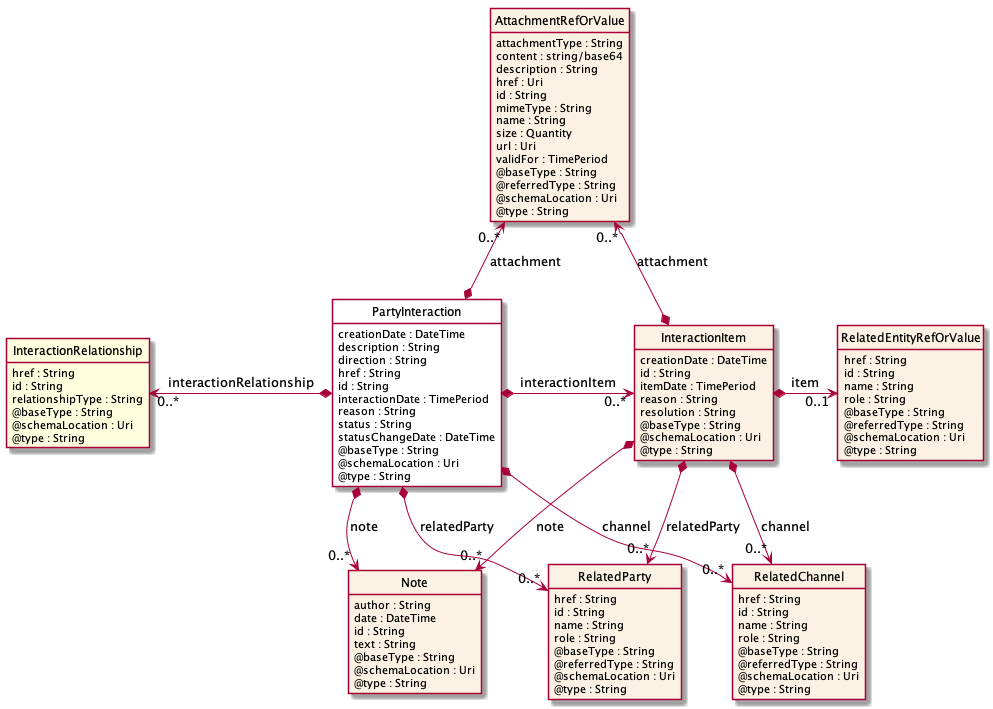
Above: apis/TMF683_Party_Interaction/documentation/diagrams/Resource_PartyInteraction.png in tmforum-apis/Open_Api_And_Data_Model (PlantUML), before the change. Its diagram source:
```plantuml
@startuml
hide circle
hide methods
hide stereotype
show <<Enumeration>> stereotype
skinparam class {
   BackgroundColor<<Enumeration>> #E6F5F7
   BackgroundColor<<Ref>> #FFFFE0
   BackgroundColor<<Pivot>> #FFFFFFF
   BackgroundColor #FCF2E3
}

class PartyInteraction  <<Pivot>> {
    creationDate : DateTime
    description : String
    direction : String
    href : String
    id : String
    interactionDate : TimePeriod
    reason : String
    status : String
    statusChangeDate : DateTime
    @baseType : String
    @schemaLocation : Uri
    @type : String
}

class Note  {
    author : String
    date : DateTime
    id : String
    text : String
    @baseType : String
    @schemaLocation : Uri
    @type : String
}

class InteractionRelationship  <<Ref>> {
    href : String
    id : String
    relationshipType : String
    @baseType : String
    @schemaLocation : Uri
    @type : String
}

class RelatedChannel  {
    href : String
    id : String
    name : String
    role : String
    @baseType : String
    @referredType : String
    @schemaLocation : Uri
    @type : String
}

class RelatedParty  {
    href : String
    id : String
    name : String
    role : String
    @baseType : String
    @referredType : String
    @schemaLocation : Uri
    @type : String
}

class InteractionItem  {
    creationDate : DateTime
    id : String
    itemDate : TimePeriod
    reason : String
    resolution : String
    @baseType : String
    @schemaLocation : Uri
    @type : String
}

class RelatedEntityRefOrValue  {
    href : String
    id : String
    name : String
    role : String
    @baseType : String
    @referredType : String
    @schemaLocation : Uri
    @type : String
}

class AttachmentRefOrValue  {
    attachmentType : String
    content : string/base64
    description : String
    href : Uri
    id : String
    mimeType : String
    name : String
    size : Quantity
    url : Uri
    validFor : TimePeriod
    @baseType : String
    @referredType : String
    @schemaLocation : Uri
    @type : String
}

PartyInteraction *-right-> "0..*" InteractionItem : interactionItem

AttachmentRefOrValue "0..*" <--* PartyInteraction : attachment

AttachmentRefOrValue "0..*" <--* InteractionItem : attachment

InteractionItem *-->  "0..*" Note : note

PartyInteraction *-->  "0..*" Note : note

InteractionItem *-->  "0..*" RelatedChannel : channel

PartyInteraction *-->  "0..*" RelatedChannel : channel

InteractionItem *-->  "0..*" RelatedParty : relatedParty

PartyInteraction *-->  "0..*" RelatedParty : relatedParty

InteractionRelationship "0..*" <-left-* PartyInteraction : interactionRelationship

InteractionItem *-right-> "0..1" RelatedEntityRefOrValue : item

@enduml
```
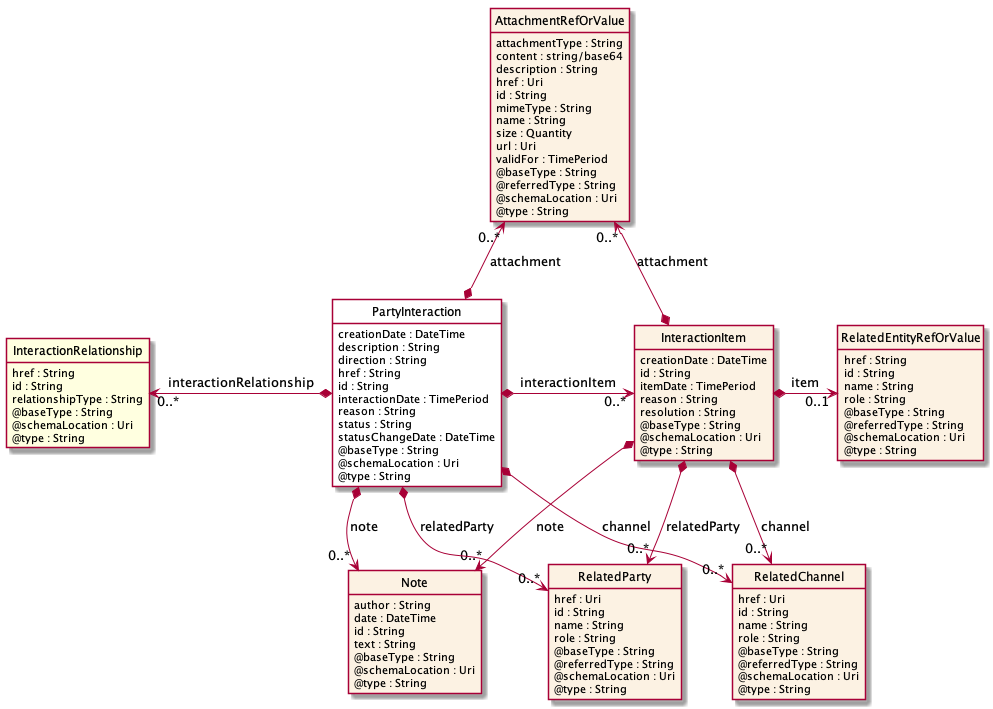
After the commit.

The edit, as a diff of the source:
```diff
@@ -45,7 +45,7 @@
 }
 
 class RelatedChannel  {
-    href : String
+    href : Uri
     id : String
     name : String
     role : String
@@ -56,7 +56,7 @@
 }
 
 class RelatedParty  {
-    href : String
+    href : Uri
     id : String
     name : String
     role : String
```
